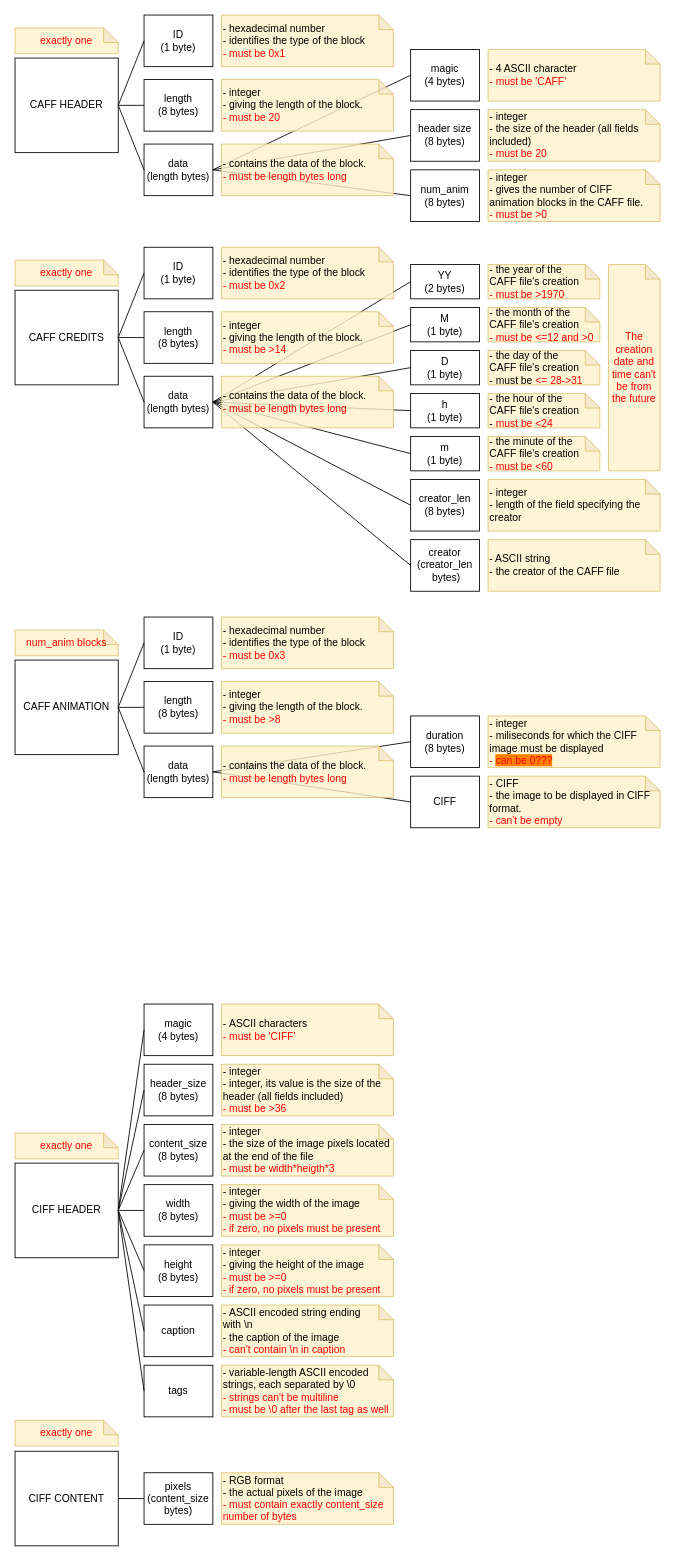
The draw.io diagram backend/src/parser/docs/caff_constraints.drawio in PetoAdam/caffstore, before the edit. Source tidied: cells renumbered, new cells numbered last; positions are measured from the earlier drawing's top-left corner, leaving out a move shared by most shapes. Both pictures are drawn from the tidied source at 86%, with x=0, y=0 at pixel (15, 15).
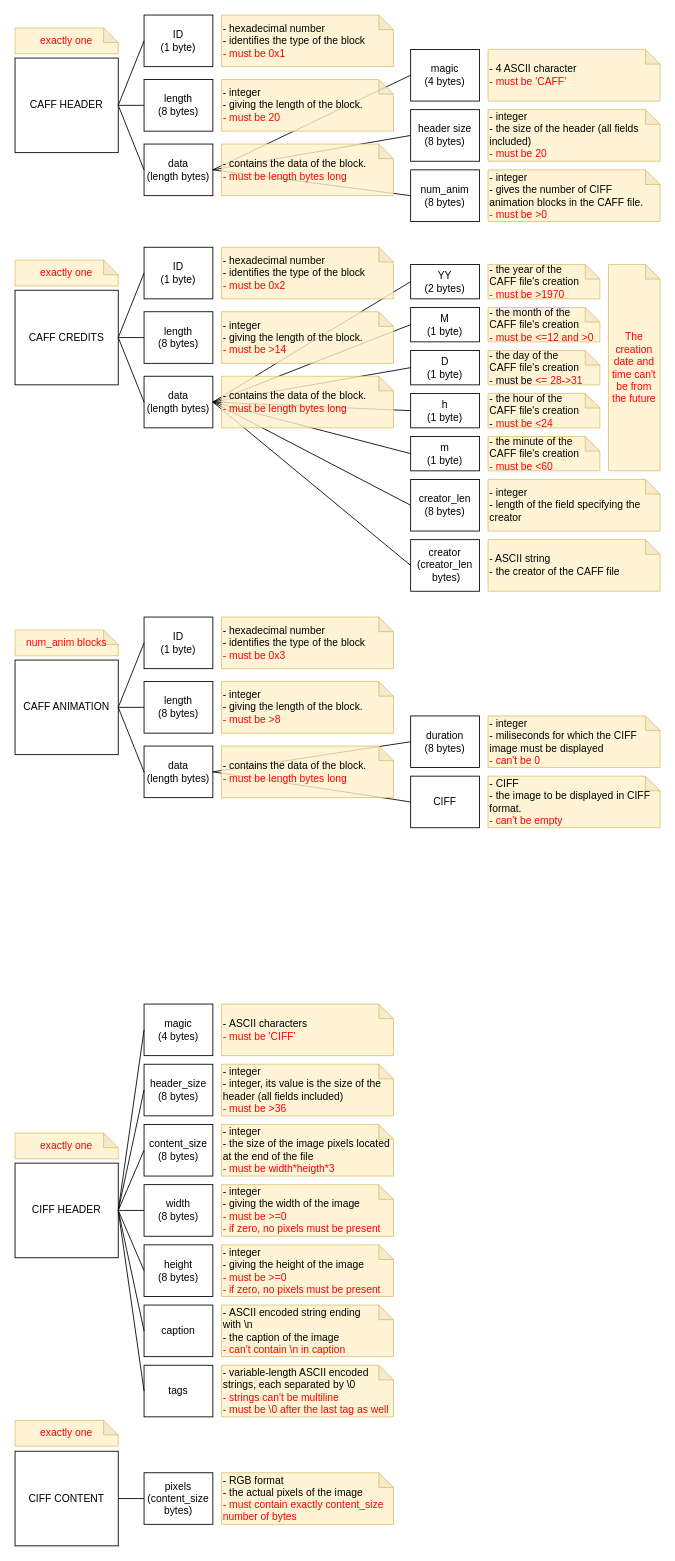
The same page after the edit.

The edit, as a diff of the source:
```diff
@@
-    <mxCell id="62" value="&lt;span style=&quot;background-color: initial;&quot;&gt;- integer&amp;nbsp;&lt;br&gt;&lt;/span&gt;&lt;span style=&quot;background-color: initial;&quot;&gt;-&amp;nbsp;&lt;/span&gt;&lt;span style=&quot;background-color: initial;&quot;&gt;miliseconds for which the CIFF image must&lt;/span&gt;&lt;span style=&quot;background-color: initial;&quot;&gt;&amp;nbsp;be displayed&amp;nbsp;&lt;/span&gt;&lt;span style=&quot;background-color: initial;&quot;&gt;&lt;br&gt;&lt;/span&gt;&lt;span style=&quot;color: rgb(255, 0, 0);&quot;&gt;- &lt;span style=&quot;background-color: rgb(255, 128, 0);&quot;&gt;can be 0???&lt;/span&gt;&lt;/span&gt;&lt;span style=&quot;background-color: initial;&quot;&gt;&lt;br&gt;&lt;/span&gt;" style="shape=note;whiteSpace=wrap;html=1;backgroundOutline=1;darkOpacity=0.05;size=17;fillColor=#fff2cc;strokeColor=#d6b656;align=left;opacity=80;" parent="1" vertex="1">
+    <mxCell id="62" value="&lt;span&gt;- integer&amp;nbsp;&lt;br&gt;&lt;/span&gt;&lt;span&gt;-&amp;nbsp;&lt;/span&gt;&lt;span&gt;miliseconds for which the CIFF image must&lt;/span&gt;&lt;span&gt;&amp;nbsp;be displayed&amp;nbsp;&lt;/span&gt;&lt;span&gt;&lt;br&gt;&lt;/span&gt;&lt;span style=&quot;color: rgb(255 , 0 , 0)&quot;&gt;- can't be 0&lt;/span&gt;&lt;span&gt;&lt;br&gt;&lt;/span&gt;" style="shape=note;whiteSpace=wrap;html=1;backgroundOutline=1;darkOpacity=0.05;size=17;fillColor=#fff2cc;strokeColor=#d6b656;align=left;opacity=80;" parent="1" vertex="1">
       <mxGeometry x="550" y="815" width="200" height="60" as="geometry" />
     </mxCell>
```
